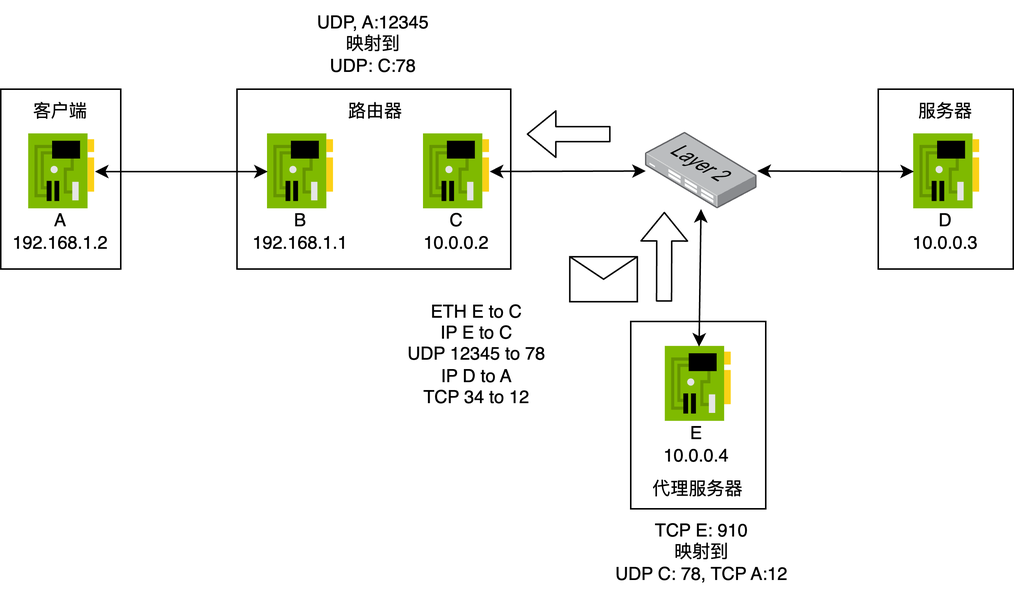
N2Sys-EDU/Lab3-Documentation keeps this draw.io diagram as example_step10.png. Above is the earlier version. Source tidied: cells renumbered, new cells last; positions are measured from the earlier drawing's top-left corner, leaving out a move shared by most shapes.
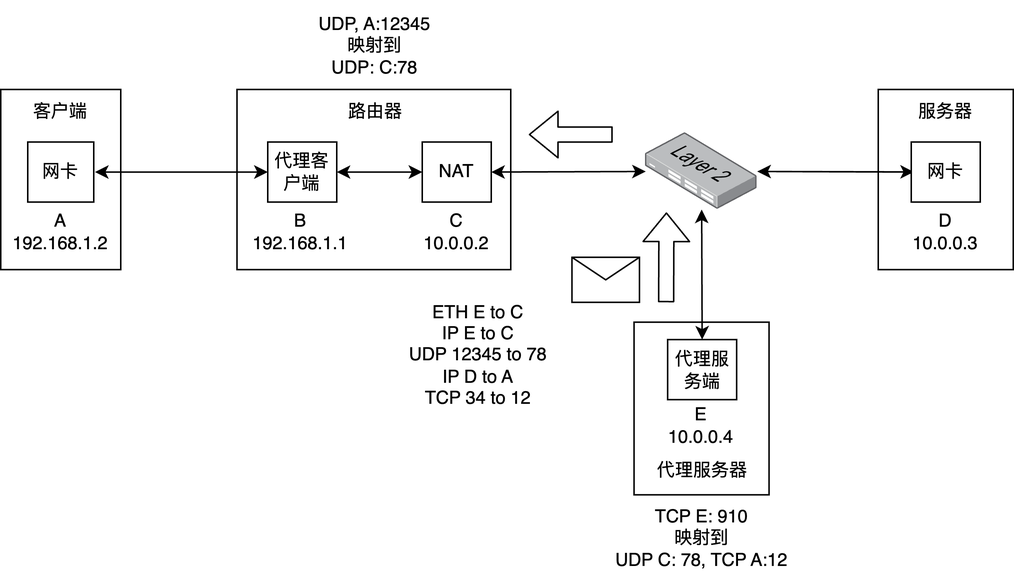
The same diagram one commit later.

Diff of the diagram source:
```diff
@@ -3,44 +3,44 @@
     <mxCell id="0" />
     <mxCell id="1" parent="0" />
     <mxCell id="2" style="shape=message;html=1;html=1;labelPosition=center;verticalLabelPosition=bottom;align=center;verticalAlign=top;" parent="1" vertex="1">
-      <mxGeometry x="379.4" y="170.8" width="45" height="30" as="geometry" />
+      <mxGeometry x="380.8" y="170.8" width="45" height="30" as="geometry" />
     </mxCell>
     <mxCell id="3" style="shape=flexArrow;endArrow=classic;html=1;" parent="1" edge="1">
       <mxGeometry relative="1" as="geometry">
-        <mxPoint x="442.2" y="200.8" as="sourcePoint" />
-        <mxPoint x="442.4" y="140.8" as="targetPoint" />
+        <mxPoint x="443.6" y="200.8" as="sourcePoint" />
+        <mxPoint x="443.8" y="140.8" as="targetPoint" />
       </mxGeometry>
     </mxCell>
     <mxCell id="4" value="ETH E to C&lt;br&gt;IP E to C&lt;br&gt;UDP 12345 to 78&lt;br&gt;IP D to A&lt;br&gt;TCP 34 to 12" style="text;html=1;strokeColor=none;fillColor=none;align=center;verticalAlign=middle;whiteSpace=wrap;rounded=0;" parent="1" vertex="1">
-      <mxGeometry x="256.9" y="190.8" width="121.2" height="90" as="geometry" />
+      <mxGeometry x="258.2" y="190.8" width="121.2" height="90" as="geometry" />
     </mxCell>
+    <mxCell id="30" style="shape=flexArrow;endArrow=classic;html=1;" parent="1" edge="1">
+      <mxGeometry relative="1" as="geometry">
+        <mxPoint x="408" y="89" as="sourcePoint" />
+        <mxPoint x="352" y="89" as="targetPoint" />
+      </mxGeometry>
+    </mxCell>
+    <mxCell id="6" value="TCP E: 910&lt;br&gt;映射到&lt;br&gt;UDP C: 78, TCP A:12" style="text;html=1;strokeColor=none;fillColor=none;align=center;verticalAlign=middle;whiteSpace=wrap;rounded=0;" parent="1" vertex="1">
+      <mxGeometry x="407" y="329" width="121.2" height="58.2" as="geometry" />
+    </mxCell>
     <mxCell id="5" value="UDP, A:12345&lt;br&gt;映射到&lt;br&gt;UDP: C:78" style="text;html=1;strokeColor=none;fillColor=none;align=center;verticalAlign=middle;whiteSpace=wrap;rounded=0;" parent="1" vertex="1">
-      <mxGeometry x="188.1" y="-0.1" width="121.2" height="59.1" as="geometry" />
+      <mxGeometry x="189.4" y="-0.1" width="121.2" height="59.1" as="geometry" />
     </mxCell>
-    <mxCell id="6" value="TCP E: 910&lt;br&gt;映射到&lt;br&gt;UDP C: 78, TCP A:12" style="text;html=1;strokeColor=none;fillColor=none;align=center;verticalAlign=middle;whiteSpace=wrap;rounded=0;" parent="1" vertex="1">
-      <mxGeometry x="406.6" y="339" width="121.2" height="58.2" as="geometry" />
-    </mxCell>
-    <mxCell id="7" style="rounded=0;whiteSpace=wrap;html=1;" parent="1" vertex="1">
-      <mxGeometry x="585" y="59" width="90" height="120" as="geometry" />
-    </mxCell>
-    <mxCell id="8" style="rounded=0;whiteSpace=wrap;html=1;" parent="1" vertex="1">
-      <mxGeometry x="420" y="214" width="90" height="125" as="geometry" />
-    </mxCell>
-    <mxCell id="9" style="rounded=0;whiteSpace=wrap;html=1;" parent="1" vertex="1">
-      <mxGeometry x="157.5" y="59" width="182.5" height="120" as="geometry" />
-    </mxCell>
-    <mxCell id="10" style="rounded=0;whiteSpace=wrap;html=1;" parent="1" vertex="1">
-      <mxGeometry y="59" width="80" height="120" as="geometry" />
-    </mxCell>
+    <mxCell id="31" style="rounded=0;whiteSpace=wrap;html=1;" parent="1" vertex="1">
+      <mxGeometry x="585" y="59" width="90" height="120" as="geometry" />
+    </mxCell>
+    <mxCell id="32" style="rounded=0;whiteSpace=wrap;html=1;" parent="1" vertex="1">
+      <mxGeometry x="422.2" y="214" width="90" height="115" as="geometry" />
+    </mxCell>
+    <mxCell id="33" style="rounded=0;whiteSpace=wrap;html=1;" parent="1" vertex="1">
+      <mxGeometry x="157.5" y="59" width="182.5" height="120" as="geometry" />
+    </mxCell>
+    <mxCell id="34" style="rounded=0;whiteSpace=wrap;html=1;" parent="1" vertex="1">
+      <mxGeometry y="59" width="80" height="120" as="geometry" />
+    </mxCell>
     <mxCell id="11" value="客户端" style="text;html=1;strokeColor=none;fillColor=none;align=center;verticalAlign=middle;whiteSpace=wrap;rounded=0;" parent="1" vertex="1">
       <mxGeometry y="59" width="80" height="30" as="geometry" />
     </mxCell>
-    <mxCell id="12" style="sketch=0;html=1;points=[];align=center;image;fontSize=12;image=img/lib/mscae/NetworkInterfaceCard.svg;" parent="1" vertex="1">
-      <mxGeometry x="178" y="89" width="44" height="50" as="geometry" />
-    </mxCell>
-    <mxCell id="13" style="sketch=0;html=1;points=[];align=center;image;fontSize=12;image=img/lib/mscae/NetworkInterfaceCard.svg;" parent="1" vertex="1">
-      <mxGeometry x="18.8" y="89" width="44" height="50" as="geometry" />
-    </mxCell>
     <mxCell id="14" value="A&lt;br&gt;192.168.1.2" style="text;html=1;strokeColor=none;fillColor=none;align=center;verticalAlign=middle;whiteSpace=wrap;rounded=0;" parent="1" vertex="1">
       <mxGeometry y="139" width="80" height="30" as="geometry" />
     </mxCell>
@@ -50,50 +50,61 @@
     <mxCell id="16" value="B&lt;br&gt;192.168.1.1" style="text;html=1;strokeColor=none;fillColor=none;align=center;verticalAlign=middle;whiteSpace=wrap;rounded=0;" parent="1" vertex="1">
       <mxGeometry x="160" y="139" width="80" height="30" as="geometry" />
     </mxCell>
-    <mxCell id="17" style="endArrow=classic;startArrow=classic;html=1;" parent="1" edge="1" source="13" target="12">
-      <mxGeometry relative="1" as="geometry" />
-    </mxCell>
-    <mxCell id="18" style="sketch=0;html=1;points=[];align=center;image;fontSize=12;image=img/lib/mscae/NetworkInterfaceCard.svg;" parent="1" vertex="1">
-      <mxGeometry x="282" y="89" width="44" height="50" as="geometry" />
-    </mxCell>
+    <mxCell id="35" style="endArrow=classic;startArrow=classic;html=1;" parent="1" edge="1">
+      <mxGeometry relative="1" as="geometry">
+        <mxPoint x="62.8" y="114" as="sourcePoint" />
+        <mxPoint x="178" y="114" as="targetPoint" />
+      </mxGeometry>
+    </mxCell>
     <mxCell id="19" value="C&lt;br&gt;10.0.0.2" style="text;html=1;strokeColor=none;fillColor=none;align=center;verticalAlign=middle;whiteSpace=wrap;rounded=0;" parent="1" vertex="1">
       <mxGeometry x="264" y="139" width="80" height="30" as="geometry" />
     </mxCell>
     <mxCell id="20" value="服务器" style="text;html=1;strokeColor=none;fillColor=none;align=center;verticalAlign=middle;whiteSpace=wrap;rounded=0;" parent="1" vertex="1">
       <mxGeometry x="590" y="59" width="80" height="30" as="geometry" />
     </mxCell>
-    <mxCell id="21" style="sketch=0;html=1;points=[];align=center;image;fontSize=12;image=img/lib/mscae/NetworkInterfaceCard.svg;" parent="1" vertex="1">
-      <mxGeometry x="608.8" y="89" width="44" height="50" as="geometry" />
-    </mxCell>
     <mxCell id="22" value="D&lt;br&gt;10.0.0.3" style="text;html=1;strokeColor=none;fillColor=none;align=center;verticalAlign=middle;whiteSpace=wrap;rounded=0;" parent="1" vertex="1">
       <mxGeometry x="590" y="139" width="80" height="30" as="geometry" />
     </mxCell>
-    <mxCell id="23" style="endArrow=classic;startArrow=classic;html=1;" parent="1" edge="1" source="18" target="24">
-      <mxGeometry relative="1" as="geometry" />
-    </mxCell>
-    <mxCell id="24" style="points=[];html=1;align=center;shadow=0;dashed=0;image;image=img/lib/allied_telesis/switch/Switch_24_port_L2.svg;" parent="1" vertex="1">
-      <mxGeometry x="430" y="88" width="74.4" height="51" as="geometry" />
-    </mxCell>
-    <mxCell id="25" style="endArrow=classic;startArrow=classic;html=1;" parent="1" edge="1" source="24" target="21">
-      <mxGeometry relative="1" as="geometry" />
-    </mxCell>
+    <mxCell id="36" style="endArrow=classic;startArrow=classic;html=1;exitX=1;exitY=0.5;exitDx=0;exitDy=0;" parent="1" edge="1" source="43" target="37">
+      <mxGeometry relative="1" as="geometry" />
+    </mxCell>
+    <mxCell id="37" style="points=[];html=1;align=center;shadow=0;dashed=0;image;image=img/lib/allied_telesis/switch/Switch_24_port_L2.svg;" parent="1" vertex="1">
+      <mxGeometry x="430" y="88" width="74.4" height="51" as="geometry" />
+    </mxCell>
+    <mxCell id="38" style="endArrow=classic;startArrow=classic;html=1;" parent="1" edge="1" source="37">
+      <mxGeometry relative="1" as="geometry">
+        <mxPoint x="608.8" y="113.9" as="targetPoint" />
+      </mxGeometry>
+    </mxCell>
     <mxCell id="26" value="代理服务器" style="text;html=1;strokeColor=none;fillColor=none;align=center;verticalAlign=middle;whiteSpace=wrap;rounded=0;" parent="1" vertex="1">
-      <mxGeometry x="425.2" y="310.8" width="80" height="30" as="geometry" />
+      <mxGeometry x="427.6" y="297.4" width="80" height="30" as="geometry" />
     </mxCell>
-    <mxCell id="27" style="sketch=0;html=1;points=[];align=center;image;fontSize=12;image=img/lib/mscae/NetworkInterfaceCard.svg;" parent="1" vertex="1">
-      <mxGeometry x="443.2" y="230.8" width="44" height="50" as="geometry" />
-    </mxCell>
     <mxCell id="28" value="E&lt;br&gt;10.0.0.4" style="text;html=1;strokeColor=none;fillColor=none;align=center;verticalAlign=middle;whiteSpace=wrap;rounded=0;" parent="1" vertex="1">
-      <mxGeometry x="424.4" y="280.8" width="80" height="30" as="geometry" />
+      <mxGeometry x="426.8" y="267.4" width="80" height="30" as="geometry" />
     </mxCell>
-    <mxCell id="29" style="endArrow=classic;startArrow=classic;html=1;" parent="1" edge="1" source="24" target="27">
-      <mxGeometry relative="1" as="geometry" />
-    </mxCell>
-    <mxCell id="30" style="shape=flexArrow;endArrow=classic;html=1;" parent="1" edge="1">
-      <mxGeometry relative="1" as="geometry">
-        <mxPoint x="406.6" y="89" as="sourcePoint" />
-        <mxPoint x="350.6" y="89" as="targetPoint" />
-      </mxGeometry>
-    </mxCell>
+    <mxCell id="39" style="endArrow=classic;startArrow=classic;html=1;entryX=0.5;entryY=0;entryDx=0;entryDy=0;" parent="1" edge="1" source="37" target="46">
+      <mxGeometry relative="1" as="geometry" />
+    </mxCell>
+    <mxCell id="40" value="网卡" style="rounded=0;whiteSpace=wrap;html=1;" parent="1" vertex="1">
+      <mxGeometry x="18" y="94" width="44" height="40" as="geometry" />
+    </mxCell>
+    <mxCell id="41" style="edgeStyle=none;html=1;exitX=1;exitY=0.5;exitDx=0;exitDy=0;entryX=0;entryY=0.5;entryDx=0;entryDy=0;startArrow=classic;startFill=1;" parent="1" edge="1" source="42" target="43">
+      <mxGeometry relative="1" as="geometry" />
+    </mxCell>
+    <mxCell id="42" value="代理客户端" style="rounded=0;whiteSpace=wrap;html=1;" parent="1" vertex="1">
+      <mxGeometry x="178" y="94" width="46" height="40" as="geometry" />
+    </mxCell>
+    <mxCell id="43" value="NAT" style="rounded=0;whiteSpace=wrap;html=1;" parent="1" vertex="1">
+      <mxGeometry x="281" y="94" width="46" height="40" as="geometry" />
+    </mxCell>
+    <mxCell id="44" style="edgeStyle=none;html=1;exitX=0;exitY=0.5;exitDx=0;exitDy=0;" parent="1" edge="1" source="45" target="37">
+      <mxGeometry relative="1" as="geometry" />
+    </mxCell>
+    <mxCell id="45" value="网卡" style="rounded=0;whiteSpace=wrap;html=1;" parent="1" vertex="1">
+      <mxGeometry x="607" y="94" width="46" height="40" as="geometry" />
+    </mxCell>
+    <mxCell id="46" value="代理服务端" style="rounded=0;whiteSpace=wrap;html=1;" parent="1" vertex="1">
+      <mxGeometry x="444.6" y="225.6" width="46" height="40" as="geometry" />
+    </mxCell>
   </root>
 </mxGraphModel>
```
